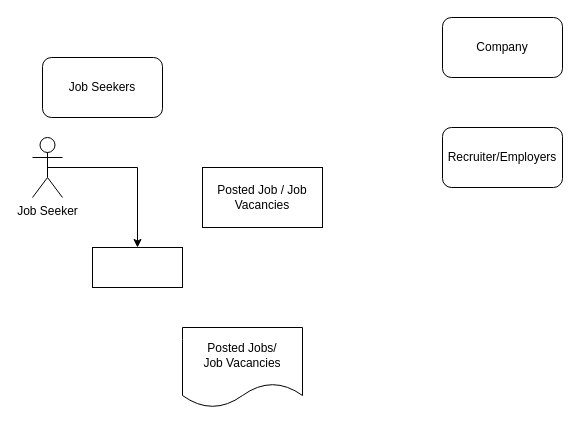
This is Untitled Diagram.drawio from johnjumaritz/Conceptual_Framework-JFS, a draw.io file, before an edit. Source tidied: cells renumbered, new cells numbered last; positions are measured from the earlier drawing's top-left corner, leaving out a move shared by most shapes. Both pictures are drawn from the tidied source at 100%, with x=0, y=0 at pixel (32, 17).
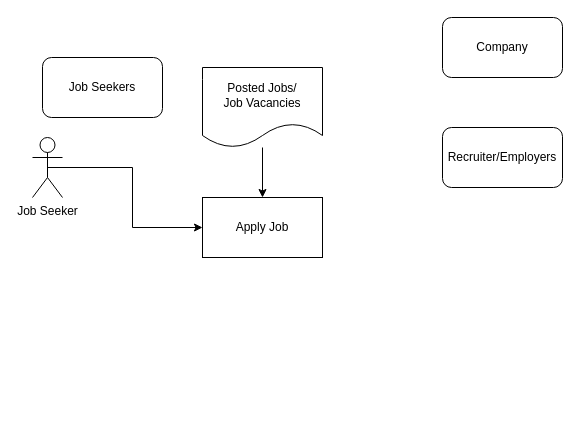
After the change.

What changed in the source:
```diff
@@
 <mxGraphModel>
   <root>
     <mxCell id="0" />
     <mxCell id="1" parent="0" />
-    <mxCell id="2" value="Posted Job / Job Vacancies" style="rounded=0;whiteSpace=wrap;html=1;" parent="1" vertex="1">
-      <mxGeometry x="170" y="150" width="120" height="60" as="geometry" />
+    <mxCell id="2" value="Apply Job" style="rounded=0;whiteSpace=wrap;html=1;" parent="1" vertex="1">
+      <mxGeometry x="170" y="180" width="120" height="60" as="geometry" />
     </mxCell>
     <mxCell id="3" value="Job Seekers" style="rounded=1;whiteSpace=wrap;html=1;" parent="1" vertex="1">
       <mxGeometry x="10" y="40" width="120" height="60" as="geometry" />
     </mxCell>
     <mxCell id="4" value="Company" style="rounded=1;whiteSpace=wrap;html=1;" parent="1" vertex="1">
       <mxGeometry x="410" width="120" height="60" as="geometry" />
     </mxCell>
     <mxCell id="5" value="Recruiter/Employers" style="rounded=1;whiteSpace=wrap;html=1;" parent="1" vertex="1">
       <mxGeometry x="410" y="110" width="120" height="60" as="geometry" />
     </mxCell>
-    <mxCell id="6" style="edgeStyle=orthogonalEdgeStyle;rounded=0;jettySize=auto;html=1;exitX=0.5;exitY=0.5;exitDx=0;exitDy=0;exitPerimeter=0;" parent="1" edge="1" source="7" target="8">
+    <mxCell id="6" style="edgeStyle=orthogonalEdgeStyle;rounded=0;jettySize=auto;html=1;exitX=0.5;exitY=0.5;exitDx=0;exitDy=0;exitPerimeter=0;" parent="1" edge="1" source="7" target="2">
       <mxGeometry relative="1" as="geometry" />
     </mxCell>
     <mxCell id="7" value="Job Seeker" style="shape=umlActor;verticalLabelPosition=bottom;verticalAlign=top;html=1;outlineConnect=0;" parent="1" vertex="1">
       <mxGeometry y="120" width="30" height="60" as="geometry" />
     </mxCell>
-    <mxCell id="8" style="rounded=0;whiteSpace=wrap;html=1;" parent="1" vertex="1">
-      <mxGeometry x="60" y="230" width="90" height="40" as="geometry" />
-    </mxCell>
+    <mxCell id="10" style="edgeStyle=orthogonalEdgeStyle;rounded=0;jettySize=auto;html=1;" parent="1" edge="1" source="9" target="2">
+      <mxGeometry relative="1" as="geometry" />
+    </mxCell>
     <mxCell id="9" value="Posted Jobs/&lt;br&gt;Job Vacancies" style="shape=document;whiteSpace=wrap;html=1;boundedLbl=1;" parent="1" vertex="1">
-      <mxGeometry x="150" y="310" width="120" height="80" as="geometry" />
+      <mxGeometry x="170" y="50" width="120" height="80" as="geometry" />
     </mxCell>
   </root>
 </mxGraphModel>
```
